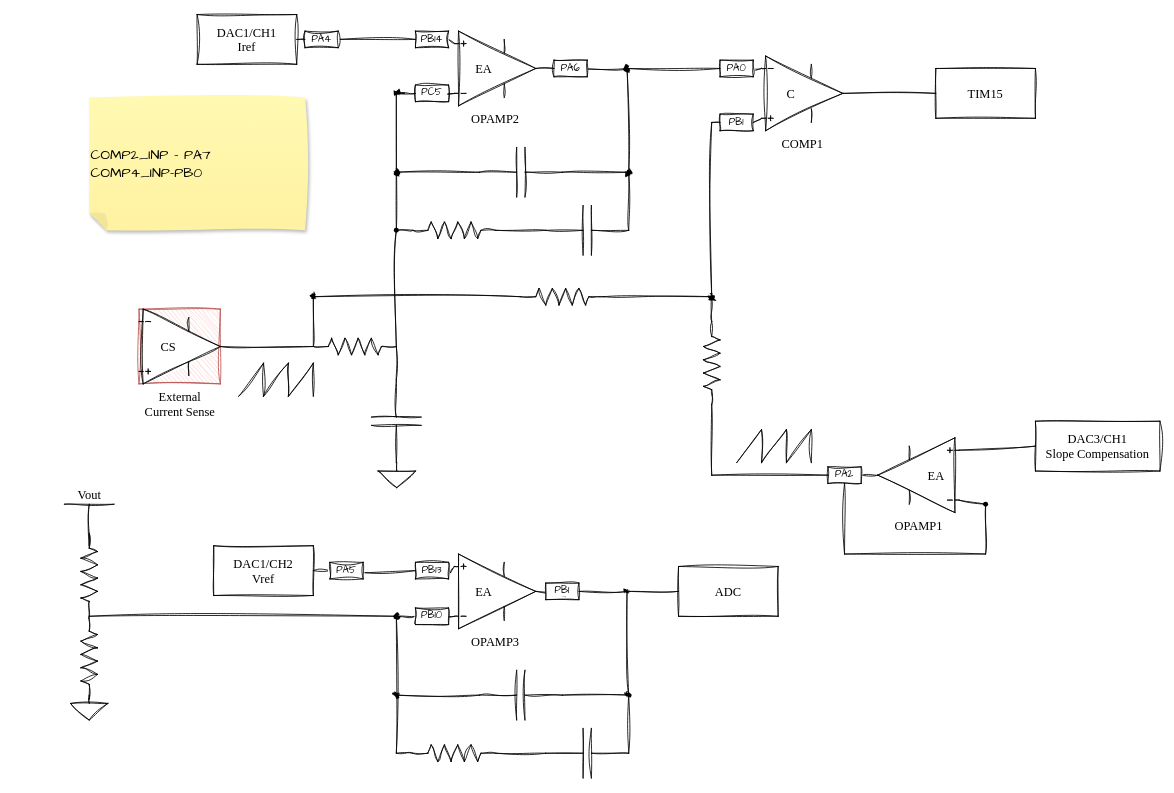
Above: assets/STM32 Compensation.drawio in resonantlabs/mixed-signal-pfc (draw.io), before the change. Source tidied: cells renumbered, new cells numbered last; positions are measured from the earlier drawing's top-left corner, leaving out a move shared by most shapes. Both pictures are drawn from the tidied source at 83%, with x=0, y=0 at pixel (14, 14).
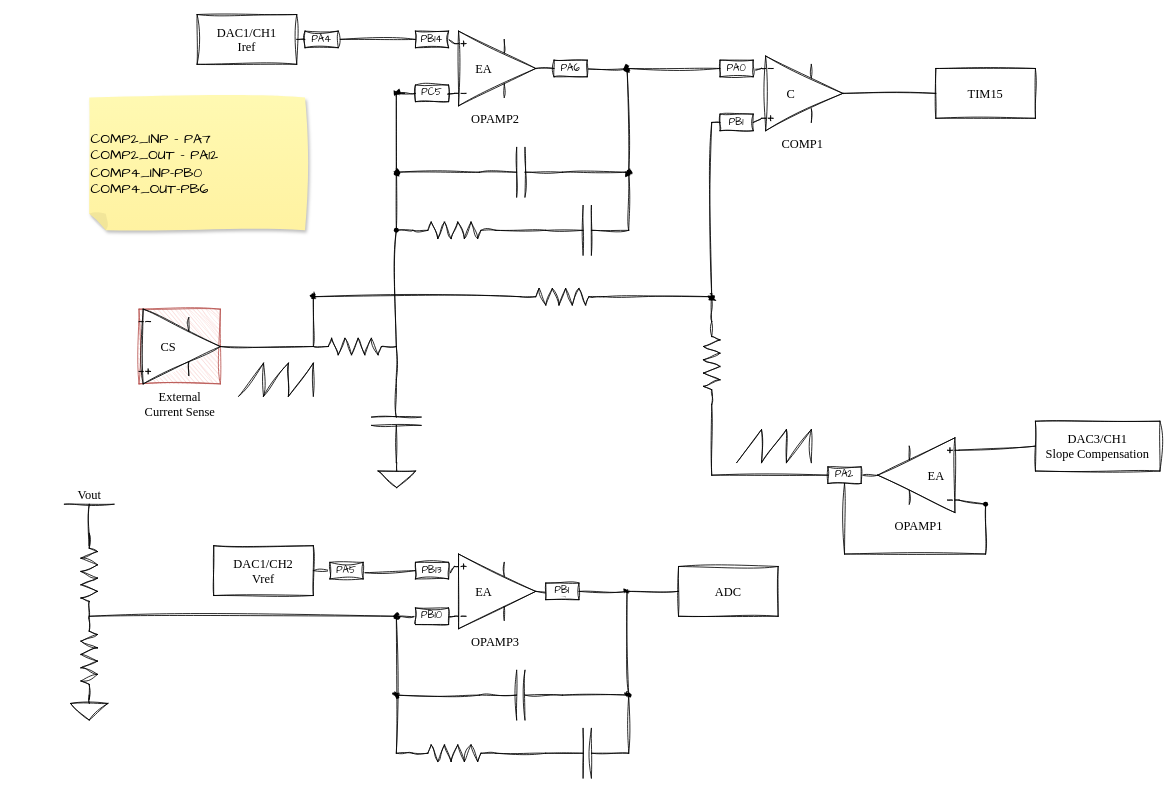
The same diagram, later.

Change to the diagram source:
```diff
@@
-    <mxCell id="112" value="&lt;div&gt;COMP2_INP - PA7&lt;/div&gt;&lt;div&gt;COMP4_INP-PB0&lt;/div&gt;" style="shape=note;whiteSpace=wrap;html=1;backgroundOutline=1;fontColor=#000000;darkOpacity=0.05;fillColor=#FFF9B2;strokeColor=none;fillStyle=solid;direction=west;gradientDirection=north;gradientColor=#FFF2A1;shadow=1;size=20;sketch=1;hachureGap=4;jiggle=2;curveFitting=1;fontFamily=Architects Daughter;fontSize=17;align=left;" parent="1" vertex="1">
+    <mxCell id="112" value="&lt;div&gt;COMP2_INP - PA7&lt;/div&gt;&lt;div&gt;COMP2_OUT - PA12&lt;/div&gt;&lt;div&gt;COMP4_INP-PB0&lt;/div&gt;&lt;div&gt;COMP4_OUT-PB6&lt;/div&gt;" style="shape=note;whiteSpace=wrap;html=1;backgroundOutline=1;fontColor=#000000;darkOpacity=0.05;fillColor=#FFF9B2;strokeColor=none;fillStyle=solid;direction=west;gradientDirection=north;gradientColor=#FFF2A1;shadow=1;size=20;sketch=1;hachureGap=4;jiggle=2;curveFitting=1;fontFamily=Architects Daughter;fontSize=17;align=left;" parent="1" vertex="1">
       <mxGeometry x="90" y="100" width="260" height="160" as="geometry" />
     </mxCell>
```
